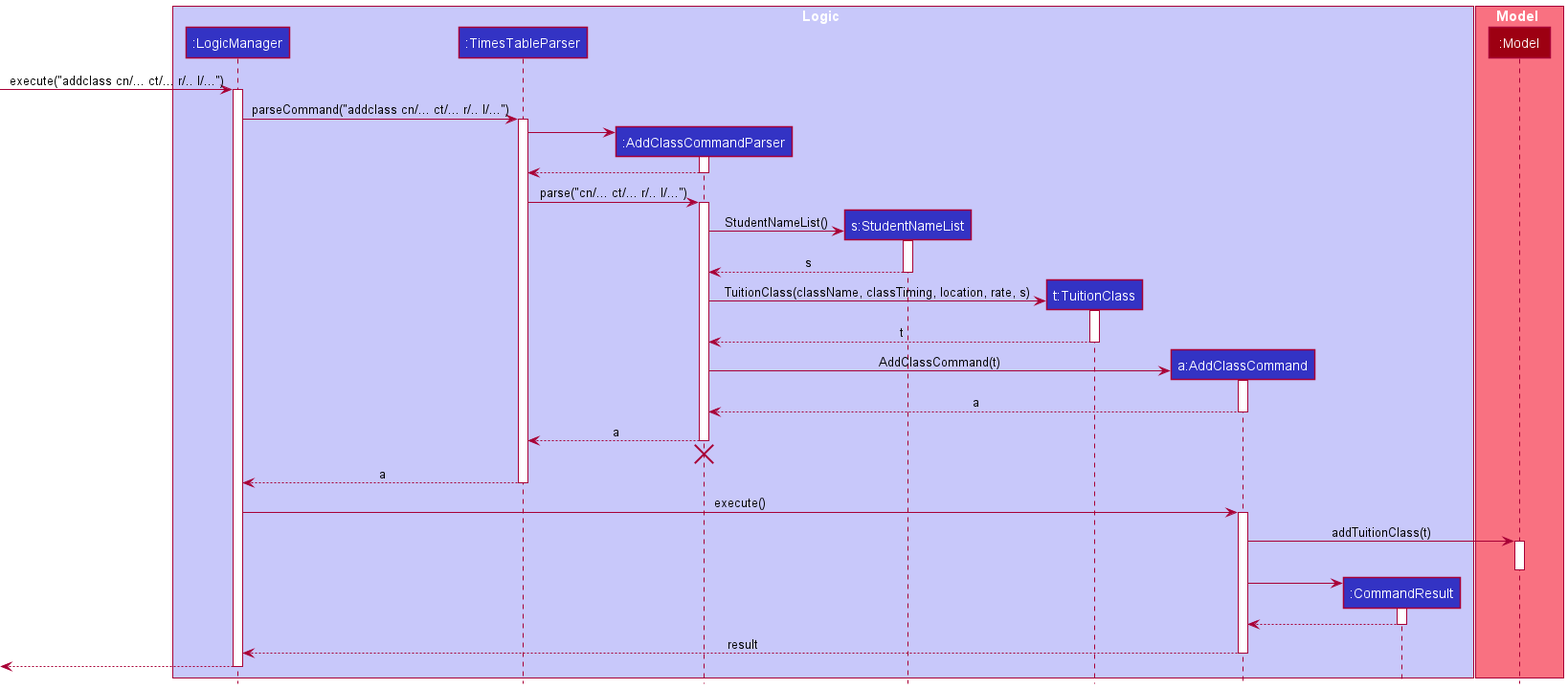
This is docs/images/AddClassSequenceDiagram.png from softmagnet/tp, a PlantUML export, as it was before one commit.
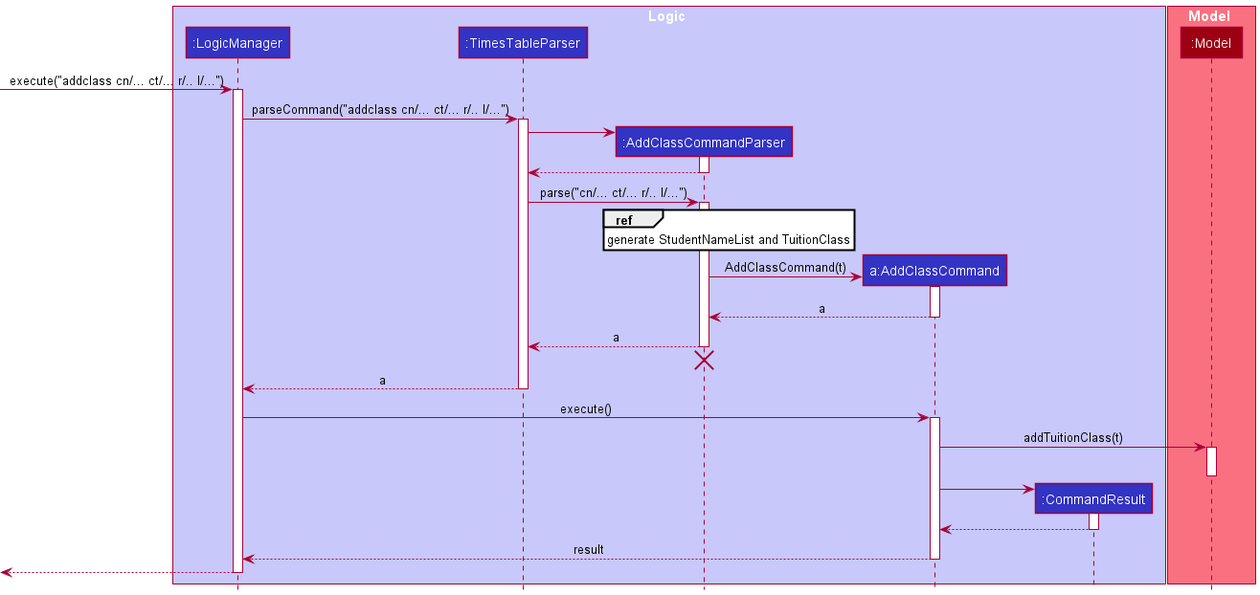
After the change.

What changed in the source:
```diff
@@ -5,8 +5,6 @@
 participant ":LogicManager" as LogicManager LOGIC_COLOR
 participant ":TimesTableParser" as TimesTableParser LOGIC_COLOR
 participant ":AddClassCommandParser" as AddClassCommandParser LOGIC_COLOR
-participant "s:StudentNameList" as StudentNameList LOGIC_COLOR
-participant "t:TuitionClass" as TuitionClass LOGIC_COLOR
 participant "a:AddClassCommand" as AddClassCommand LOGIC_COLOR
 participant ":CommandResult" as CommandResult LOGIC_COLOR
 end box
@@ -31,19 +29,7 @@
 TimesTableParser -> AddClassCommandParser : parse("cn/... ct/... r/.. l/...")
 activate AddClassCommandParser
 
-create StudentNameList
-AddClassCommandParser -> StudentNameList : StudentNameList()
-activate StudentNameList
-
-StudentNameList --> AddClassCommandParser : s
-deactivate StudentNameList
-
-create TuitionClass
-AddClassCommandParser -> TuitionClass : TuitionClass(className, classTiming, location, rate, s)
-activate TuitionClass
-
-TuitionClass --> AddClassCommandParser : t
-deactivate TuitionClass
+ref over AddClassCommandParser : generate StudentNameList and TuitionClass
 
 create AddClassCommand
 AddClassCommandParser -> AddClassCommand : AddClassCommand(t)
```
